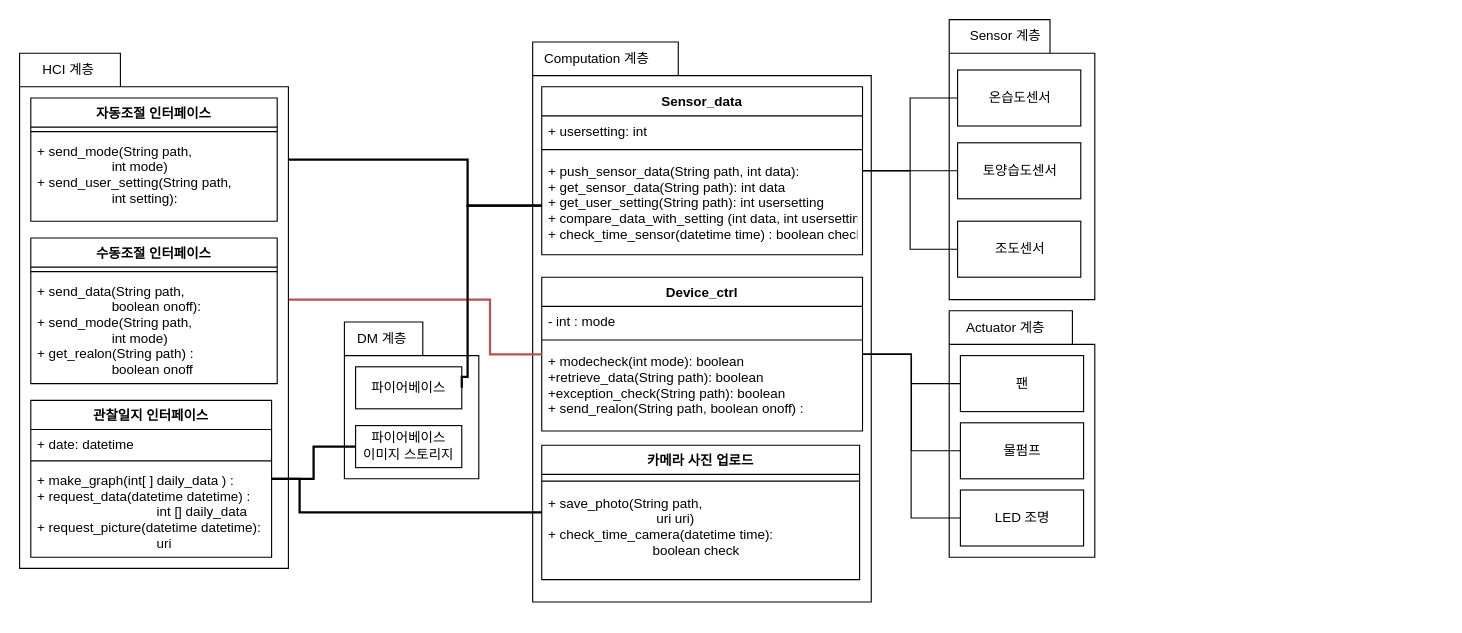
Before: 구조설계/계층아키텍처.drawio in sonmyungwon/Software-Development, a draw.io diagram. Source tidied: cells renumbered, new cells numbered last; positions are measured from the earlier drawing's top-left corner, leaving out a move shared by most shapes. Both pictures are drawn from the tidied source at 112%, with x=0, y=0 at pixel (19, 19).
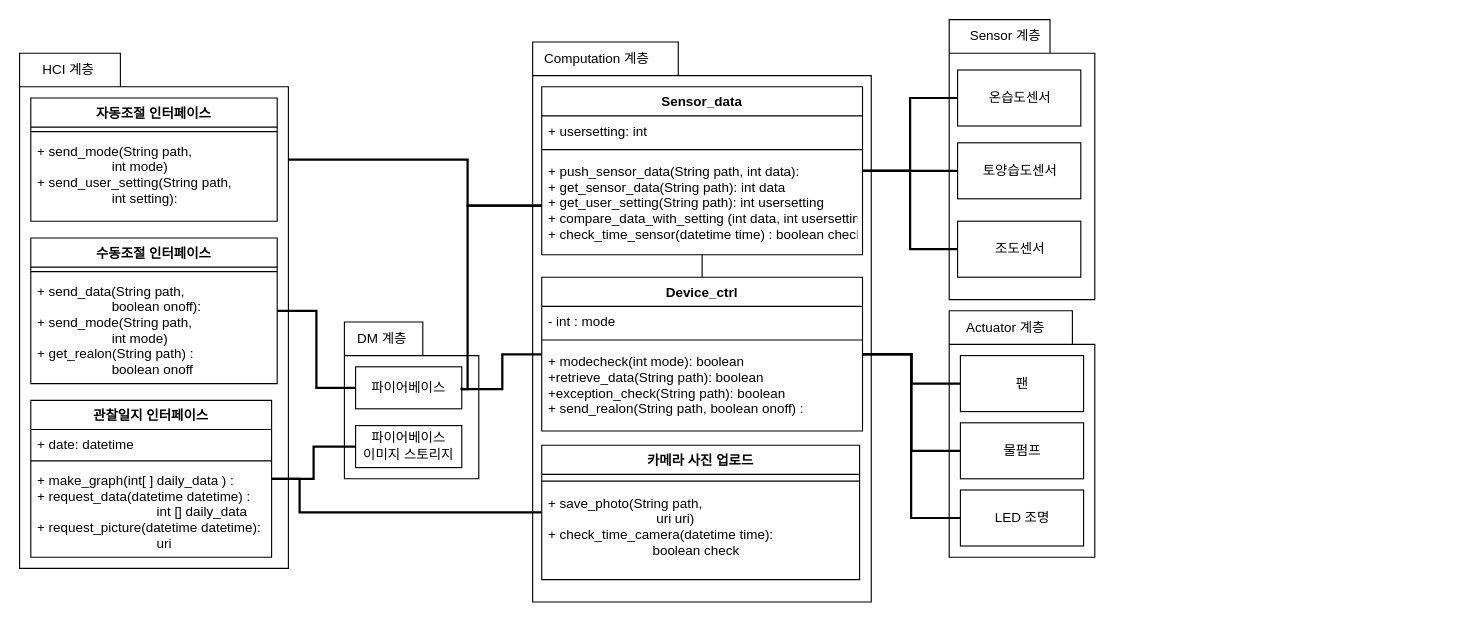
Above is the later version.

Commit message (it also covers changes not shown here):
계층아키텍처.drawio 업데이트

The change refers to these unchanged cells:
```xml
<mxCell id="4" value="팬" style="html=1;" parent="2" vertex="1">
  <mxGeometry x="10" y="40" width="110" height="50" as="geometry" />
</mxCell>
<mxCell id="5" value="물펌프" style="html=1;" parent="2" vertex="1">
  <mxGeometry x="10" y="100" width="110" height="50" as="geometry" />
</mxCell>
<mxCell id="7" value="LED 조명" style="html=1;" parent="2" vertex="1">
  <mxGeometry x="10" y="160" width="110" height="50" as="geometry" />
</mxCell>
<mxCell id="8" style="group;" parent="1" vertex="1">
  <mxGeometry x="450" y="20" width="310.3" height="500" as="geometry" />
</mxCell>
<mxCell id="10" value="Device_ctrl" style="swimlane;fontStyle=1;align=center;verticalAlign=top;horizontal=1;startSize=26;" parent="8" vertex="1">
  <mxGeometry x="16.2" y="210" width="286.4" height="137.3" as="geometry" />
</mxCell>
<mxCell id="14" value="Sensor_data" style="swimlane;fontStyle=1;align=center;verticalAlign=top;horizontal=1;startSize=26;" parent="8" vertex="1">
  <mxGeometry x="16.2" y="40" width="286.4" height="150" as="geometry" />
</mxCell>
<mxCell id="17" value="+ push_sensor_data(String path, int data):&#10;+ get_sensor_data(String path): int data&#10;+ get_user_setting(String path): int usersetting&#10;+ compare_data_with_setting (int data, int usersetting) : boolean onoff&#10;+ check_time_sensor(datetime time) : boolean check" style="text;strokeColor=none;fillColor=none;align=left;verticalAlign=top;spacingLeft=4;spacingRight=4;overflow=hidden;points=[[0,0.5],[1,0.5]];portConstraint=eastwest;" parent="14" vertex="1">
  <mxGeometry y="62.2" width="286.4" height="87.8" as="geometry" />
</mxCell>
<mxCell id="26" value="온습도센서" style="html=1;" parent="24" vertex="1">
  <mxGeometry x="7.5" y="45" width="110" height="50" as="geometry" />
</mxCell>
<mxCell id="28" value="토양습도센서" style="html=1;" parent="24" vertex="1">
  <mxGeometry x="7.5" y="110" width="110" height="50" as="geometry" />
</mxCell>
<mxCell id="29" value="조도센서" style="html=1;" parent="24" vertex="1">
  <mxGeometry x="7.5" y="180" width="110" height="50" as="geometry" />
</mxCell>
<mxCell id="39" value="수동조절 인터페이스" style="swimlane;fontStyle=1;align=center;verticalAlign=top;horizontal=1;startSize=26;" parent="36" vertex="1">
  <mxGeometry x="10" y="165" width="220" height="130" as="geometry" />
</mxCell>
<mxCell id="52" value="파이어베이스" style="html=1;" parent="49" vertex="1">
  <mxGeometry x="10" y="40" width="94.8" height="37.5" as="geometry" />
</mxCell>
```

What changed in the source:
```diff
@@
+    <mxCell id="57" style="edgeStyle=orthogonalEdgeStyle;rounded=0;jettySize=auto;html=1;endArrow=none;endFill=0;" parent="8" edge="1" source="14" target="10">
+      <mxGeometry relative="1" as="geometry" />
+    </mxCell>
@@
-    <mxCell id="23" style="edgeStyle=orthogonalEdgeStyle;rounded=0;jettySize=auto;html=1;startArrow=none;startFill=0;endArrow=none;endFill=0;fillColor=#f8cecc;strokeColor=#b85450;strokeWidth=2;" parent="1" edge="1" source="39" target="10">
-      <mxGeometry relative="1" as="geometry">
-        <Array as="points">
-          <mxPoint x="420" y="250" />
-          <mxPoint x="420" y="299" />
-        </Array>
-      </mxGeometry>
-    </mxCell>
@@
-    <mxCell id="30" style="edgeStyle=orthogonalEdgeStyle;rounded=0;jettySize=auto;html=1;startArrow=none;startFill=0;endArrow=none;endFill=0;" parent="1" edge="1" source="26" target="14">
+    <mxCell id="30" style="edgeStyle=orthogonalEdgeStyle;rounded=0;jettySize=auto;html=1;startArrow=none;startFill=0;endArrow=none;endFill=0;strokeWidth=2;" parent="1" edge="1" source="26" target="14">
       <mxGeometry relative="1" as="geometry" />
     </mxCell>
-    <mxCell id="31" style="edgeStyle=orthogonalEdgeStyle;rounded=0;jettySize=auto;html=1;startArrow=none;startFill=0;endArrow=none;endFill=0;" parent="1" edge="1" source="28" target="14">
+    <mxCell id="31" style="edgeStyle=orthogonalEdgeStyle;rounded=0;jettySize=auto;html=1;startArrow=none;startFill=0;endArrow=none;endFill=0;strokeWidth=2;" parent="1" edge="1" source="28" target="14">
       <mxGeometry relative="1" as="geometry" />
     </mxCell>
-    <mxCell id="32" style="edgeStyle=orthogonalEdgeStyle;rounded=0;jettySize=auto;html=1;startArrow=none;startFill=0;endArrow=none;endFill=0;" parent="1" edge="1" source="29" target="14">
+    <mxCell id="32" style="edgeStyle=orthogonalEdgeStyle;rounded=0;jettySize=auto;html=1;startArrow=none;startFill=0;endArrow=none;endFill=0;strokeWidth=2;" parent="1" edge="1" source="29" target="14">
       <mxGeometry relative="1" as="geometry" />
     </mxCell>
-    <mxCell id="33" style="edgeStyle=orthogonalEdgeStyle;rounded=0;jettySize=auto;html=1;startArrow=none;startFill=0;endArrow=none;endFill=0;" parent="1" edge="1" source="4" target="10">
+    <mxCell id="33" style="edgeStyle=orthogonalEdgeStyle;rounded=0;jettySize=auto;html=1;startArrow=none;startFill=0;endArrow=none;endFill=0;strokeWidth=2;" parent="1" edge="1" source="4" target="10">
       <mxGeometry relative="1" as="geometry" />
     </mxCell>
-    <mxCell id="34" style="edgeStyle=orthogonalEdgeStyle;rounded=0;jettySize=auto;html=1;startArrow=none;startFill=0;endArrow=none;endFill=0;" parent="1" edge="1" source="5" target="10">
+    <mxCell id="34" style="edgeStyle=orthogonalEdgeStyle;rounded=0;jettySize=auto;html=1;startArrow=none;startFill=0;endArrow=none;endFill=0;strokeWidth=2;" parent="1" edge="1" source="5" target="10">
       <mxGeometry relative="1" as="geometry" />
     </mxCell>
-    <mxCell id="35" style="edgeStyle=orthogonalEdgeStyle;rounded=0;jettySize=auto;html=1;startArrow=none;startFill=0;endArrow=none;endFill=0;" parent="1" edge="1" source="7" target="10">
+    <mxCell id="35" style="edgeStyle=orthogonalEdgeStyle;rounded=0;jettySize=auto;html=1;startArrow=none;startFill=0;endArrow=none;endFill=0;strokeWidth=2;" parent="1" edge="1" source="7" target="10">
       <mxGeometry relative="1" as="geometry">
         <Array as="points">
           <mxPoint x="796" y="445" />
           <mxPoint x="796" y="299" />
         </Array>
       </mxGeometry>
     </mxCell>
@@
     <mxCell id="54" style="edgeStyle=orthogonalEdgeStyle;rounded=0;jettySize=auto;html=1;startArrow=none;startFill=0;endArrow=none;endFill=0;strokeColor=#000000;strokeWidth=2;entryX=1;entryY=0.5;entryDx=0;entryDy=0;" parent="1" edge="1" source="17" target="52">
       <mxGeometry relative="1" as="geometry">
         <Array as="points">
           <mxPoint x="400" y="166" />
-          <mxPoint x="400" y="319" />
+          <mxPoint x="400" y="330" />
+          <mxPoint x="395" y="330" />
         </Array>
       </mxGeometry>
     </mxCell>
@@
+    <mxCell id="58" style="edgeStyle=orthogonalEdgeStyle;rounded=0;jettySize=auto;html=1;endArrow=none;endFill=0;strokeWidth=2;" parent="1" edge="1" source="52" target="39">
+      <mxGeometry relative="1" as="geometry" />
+    </mxCell>
+    <mxCell id="59" style="edgeStyle=orthogonalEdgeStyle;rounded=0;jettySize=auto;html=1;exitX=1;exitY=0.5;exitDx=0;exitDy=0;endArrow=none;endFill=0;strokeWidth=2;" parent="1" edge="1" source="52" target="10">
+      <mxGeometry relative="1" as="geometry">
+        <Array as="points">
+          <mxPoint x="395" y="330" />
+          <mxPoint x="431" y="330" />
+          <mxPoint x="431" y="299" />
+        </Array>
+      </mxGeometry>
+    </mxCell>
```
